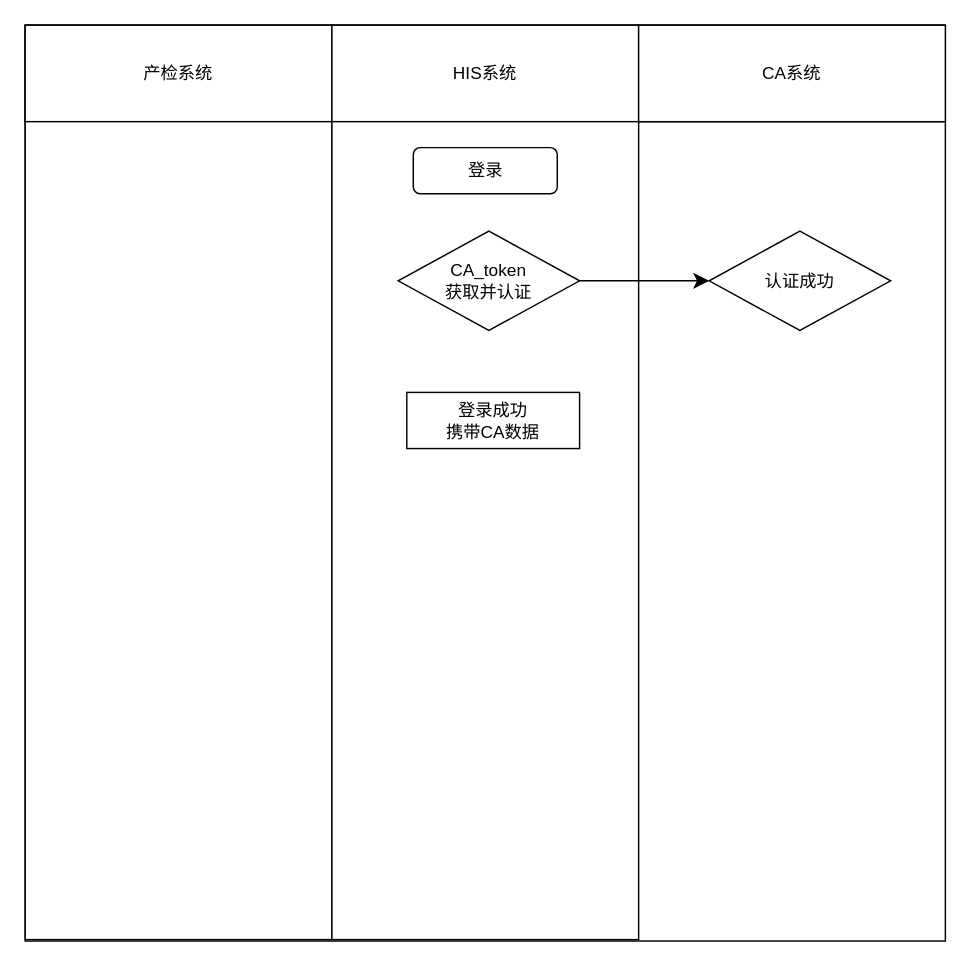
Earlier version of the draw.io diagram 河北CA对接梳理.drawio (linruicheng1997/draw_repo). Source tidied: cells renumbered, new cells numbered last; positions are measured from the earlier drawing's top-left corner, leaving out a move shared by most shapes. Both pictures are drawn from the tidied source at 144%, with x=0, y=0 at pixel (24, 24).
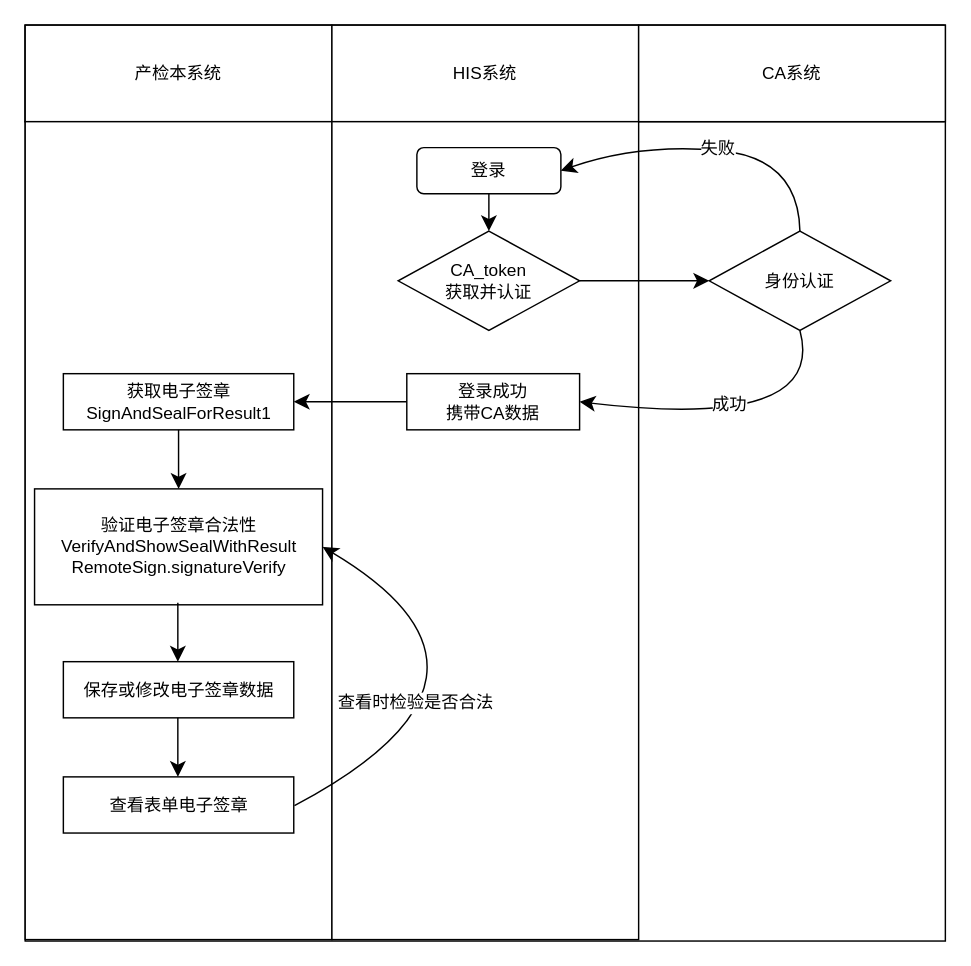
The same page after the edit.

Commit message:
更新河北CA对接梳理.drawio

The change refers to these unchanged cells:
```xml
<mxCell id="10" value="CA_token&lt;div&gt;获取并认证&lt;/div&gt;" style="rhombus;whiteSpace=wrap;html=1;" parent="1" vertex="1">
  <mxGeometry x="259" y="143" width="126" height="69" as="geometry" />
</mxCell>
```

The edit, as a diff of the source:
```diff
@@
-    <mxCell id="4" value="产检系统" style="rounded=0;whiteSpace=wrap;html=1;" parent="1" vertex="1">
+    <mxCell id="4" value="产检本系统" style="rounded=0;whiteSpace=wrap;html=1;" parent="1" vertex="1">
       <mxGeometry width="213" height="67" as="geometry" />
     </mxCell>
@@
     <mxCell id="9" value="登录" style="rounded=1;whiteSpace=wrap;html=1;" parent="1" vertex="1">
-      <mxGeometry x="269.5" y="85" width="100" height="32" as="geometry" />
+      <mxGeometry x="272" y="85" width="100" height="32" as="geometry" />
     </mxCell>
@@
-    <mxCell id="11" value="认证成功" style="rhombus;whiteSpace=wrap;html=1;" parent="1" vertex="1">
+    <mxCell id="11" value="身份认证" style="rhombus;whiteSpace=wrap;html=1;" parent="1" vertex="1">
       <mxGeometry x="475" y="143" width="126" height="69" as="geometry" />
     </mxCell>
     <mxCell id="12" value="登录成功&lt;div&gt;携带CA数据&lt;/div&gt;" style="rounded=0;whiteSpace=wrap;html=1;" parent="1" vertex="1">
-      <mxGeometry x="265" y="255" width="120" height="39" as="geometry" />
+      <mxGeometry x="265" y="242" width="120" height="39" as="geometry" />
     </mxCell>
@@
+    <mxCell id="14" style="endArrow=classic;html=1;rounded=0;fontSize=12;startSize=8;endSize=8;curved=1;entryX=1;entryY=0.5;entryDx=0;entryDy=0;exitX=0.5;exitY=1;exitDx=0;exitDy=0;" parent="1" edge="1" source="11" target="12">
+      <mxGeometry relative="1" as="geometry">
+        <Array as="points">
+          <mxPoint x="557" y="282" />
+        </Array>
+      </mxGeometry>
+    </mxCell>
+    <mxCell id="15" value="成功" style="edgeLabel;html=1;align=center;verticalAlign=middle;fontSize=12;" parent="14" vertex="1">
+      <mxGeometry x="0.16" y="-10" relative="1" as="geometry" />
+    </mxCell>
+    <mxCell id="16" style="endArrow=classic;html=1;rounded=0;fontSize=12;startSize=8;endSize=8;curved=1;exitX=0.5;exitY=0;exitDx=0;exitDy=0;entryX=1;entryY=0.5;entryDx=0;entryDy=0;" parent="1" edge="1" source="11" target="9">
+      <mxGeometry relative="1" as="geometry">
+        <Array as="points">
+          <mxPoint x="537" y="92" />
+          <mxPoint x="427" y="82" />
+        </Array>
+      </mxGeometry>
+    </mxCell>
+    <mxCell id="17" value="失败" style="edgeLabel;html=1;align=center;verticalAlign=middle;fontSize=12;" parent="16" vertex="1">
+      <mxGeometry x="-0.02" y="-1" relative="1" as="geometry" />
+    </mxCell>
+    <mxCell id="18" style="endArrow=classic;html=1;rounded=0;fontSize=12;startSize=8;endSize=8;curved=1;entryX=0.5;entryY=0;entryDx=0;entryDy=0;exitX=0.5;exitY=1;exitDx=0;exitDy=0;" parent="1" edge="1" source="9" target="10">
+      <mxGeometry relative="1" as="geometry" />
+    </mxCell>
+    <mxCell id="19" value="获取电子签章&lt;div&gt;SignAndSealForResult1&lt;/div&gt;" style="rounded=0;whiteSpace=wrap;html=1;" parent="1" vertex="1">
+      <mxGeometry x="26.5" y="242" width="160" height="39" as="geometry" />
+    </mxCell>
+    <mxCell id="20" value="验证电子签章合法性&lt;div&gt;VerifyAndShowSealWithResult&lt;/div&gt;&lt;div&gt;RemoteSign.signatureVerify&lt;/div&gt;" style="rounded=0;whiteSpace=wrap;html=1;" parent="1" vertex="1">
+      <mxGeometry x="6.5" y="322" width="200" height="80.5" as="geometry" />
+    </mxCell>
+    <mxCell id="21" value="保存或修改电子签章数据" style="rounded=0;whiteSpace=wrap;html=1;" parent="1" vertex="1">
+      <mxGeometry x="26.5" y="442" width="160" height="39" as="geometry" />
+    </mxCell>
+    <mxCell id="22" value="查看表单电子签章" style="rounded=0;whiteSpace=wrap;html=1;" parent="1" vertex="1">
+      <mxGeometry x="26.5" y="522" width="160" height="39" as="geometry" />
+    </mxCell>
+    <mxCell id="23" style="endArrow=classic;html=1;rounded=0;fontSize=12;startSize=8;endSize=8;curved=1;entryX=0.5;entryY=0;entryDx=0;entryDy=0;exitX=0.5;exitY=1;exitDx=0;exitDy=0;" parent="1" edge="1" source="19" target="20">
+      <mxGeometry relative="1" as="geometry" />
+    </mxCell>
+    <mxCell id="24" style="endArrow=classic;html=1;rounded=0;fontSize=12;startSize=8;endSize=8;curved=1;entryX=0.5;entryY=0;entryDx=0;entryDy=0;exitX=0.5;exitY=1;exitDx=0;exitDy=0;" parent="1" edge="1">
+      <mxGeometry relative="1" as="geometry">
+        <mxPoint x="106" y="401" as="sourcePoint" />
+        <mxPoint x="106" y="442" as="targetPoint" />
+      </mxGeometry>
+    </mxCell>
+    <mxCell id="25" style="endArrow=classic;html=1;rounded=0;fontSize=12;startSize=8;endSize=8;curved=1;entryX=0.5;entryY=0;entryDx=0;entryDy=0;exitX=0.5;exitY=1;exitDx=0;exitDy=0;" parent="1" edge="1">
+      <mxGeometry relative="1" as="geometry">
+        <mxPoint x="106" y="481" as="sourcePoint" />
+        <mxPoint x="106" y="522" as="targetPoint" />
+      </mxGeometry>
+    </mxCell>
+    <mxCell id="26" style="endArrow=classic;html=1;rounded=0;fontSize=12;startSize=8;endSize=8;curved=1;entryX=1;entryY=0.5;entryDx=0;entryDy=0;" parent="1" edge="1" target="20">
+      <mxGeometry relative="1" as="geometry">
+        <mxPoint x="187" y="542" as="sourcePoint" />
+        <Array as="points">
+          <mxPoint x="357" y="452" />
+        </Array>
+      </mxGeometry>
+    </mxCell>
+    <mxCell id="27" value="查看时检验是否合法" style="edgeLabel;html=1;align=center;verticalAlign=middle;fontSize=12;" parent="26" vertex="1">
+      <mxGeometry x="-0.42" y="23" relative="1" as="geometry">
+        <mxPoint y="-1" as="offset" />
+      </mxGeometry>
+    </mxCell>
+    <mxCell id="28" style="endArrow=classic;html=1;rounded=0;fontSize=12;startSize=8;endSize=8;curved=1;entryX=1;entryY=0.5;entryDx=0;entryDy=0;exitX=0;exitY=0.5;exitDx=0;exitDy=0;" parent="1" edge="1" source="12" target="19">
+      <mxGeometry relative="1" as="geometry" />
+    </mxCell>
```
